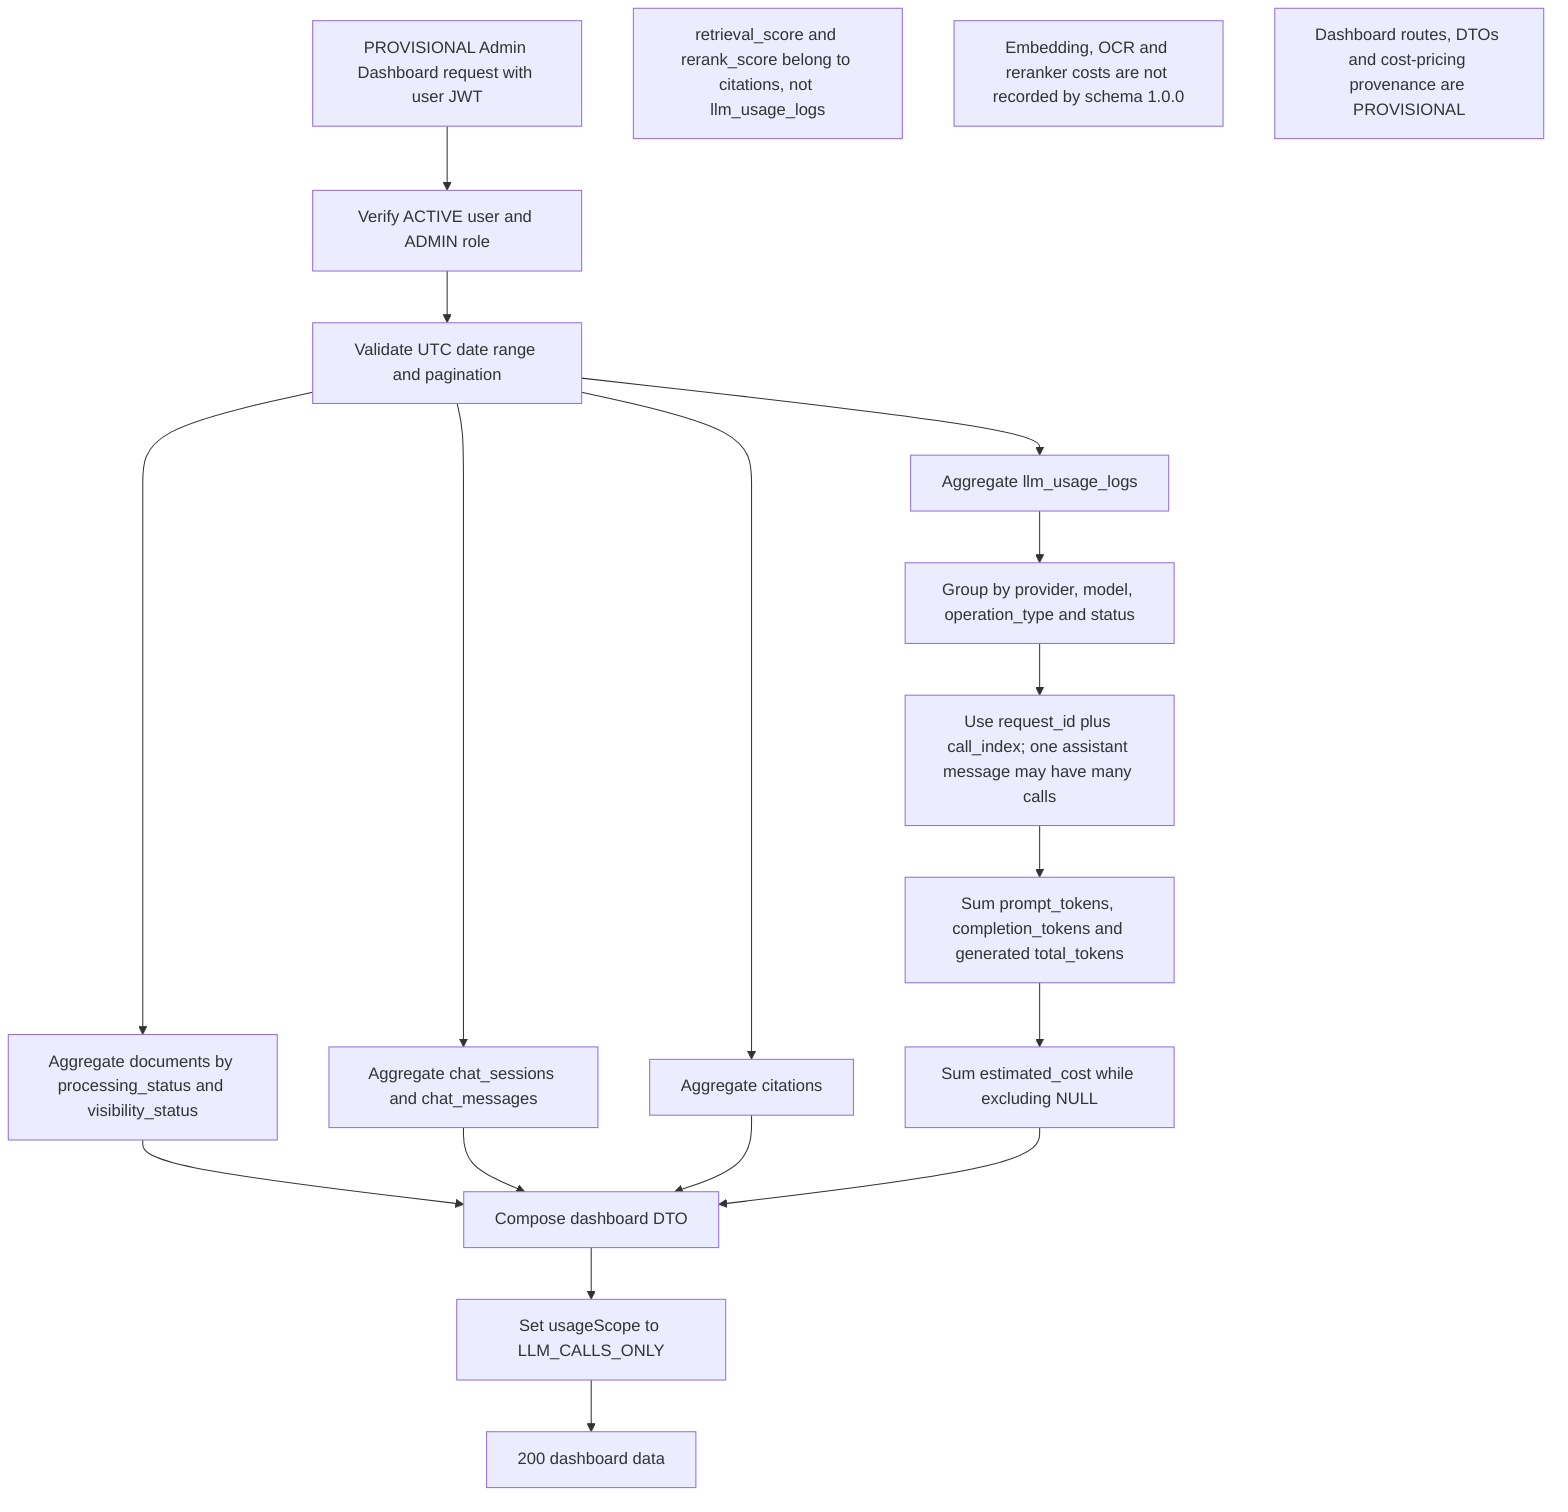
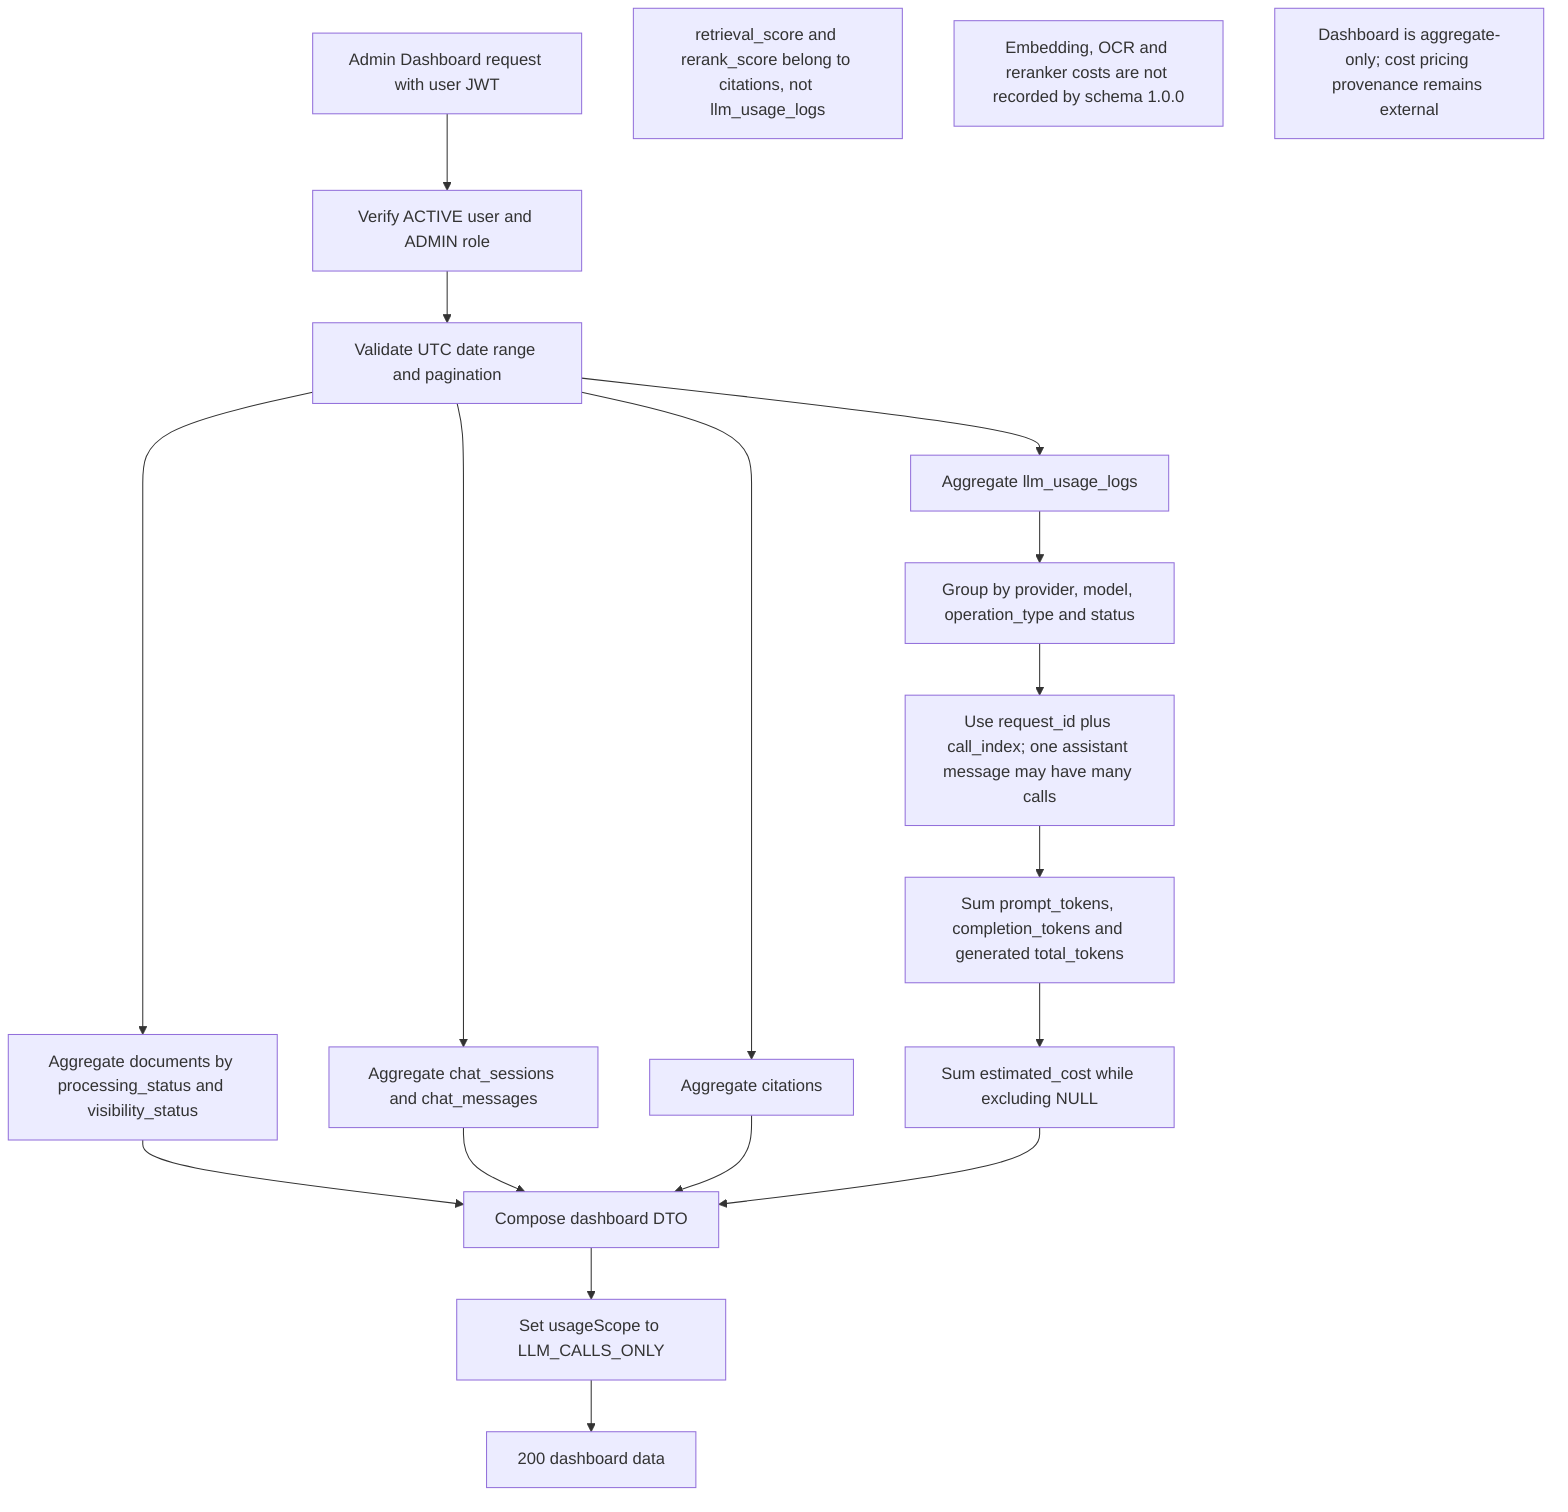
- %% 09 Usage and dashboard | Status: PROVISIONAL API, schema-backed read model
+ %% 09 Usage and dashboard | Status: MVP IMPLEMENTED basic summary
flowchart TB
-   A[PROVISIONAL Admin Dashboard request with user JWT] --> B[Verify ACTIVE user and ADMIN role]
+   A[Admin Dashboard request with user JWT] --> B[Verify ACTIVE user and ADMIN role]
  B --> C[Validate UTC date range and pagination]
  C --> D[Aggregate documents by processing_status and visibility_status]
  C --> E[Aggregate chat_sessions and chat_messages]
  C --> F[Aggregate citations]
  C --> G[Aggregate llm_usage_logs]

  G --> H[Group by provider, model, operation_type and status]
  H --> I[Use request_id plus call_index; one assistant message may have many calls]
  I --> J[Sum prompt_tokens, completion_tokens and generated total_tokens]
  J --> K[Sum estimated_cost while excluding NULL]

  D --> L[Compose dashboard DTO]
  E --> L
  F --> L
  K --> L
  L --> M[Set usageScope to LLM_CALLS_ONLY]
  M --> N[200 dashboard data]

  Note1[retrieval_score and rerank_score belong to citations, not llm_usage_logs]
  Note2[Embedding, OCR and reranker costs are not recorded by schema 1.0.0]
-   Note3[Dashboard routes, DTOs and cost-pricing provenance are PROVISIONAL]
+   Note3[Dashboard is aggregate-only; cost pricing provenance remains external]
